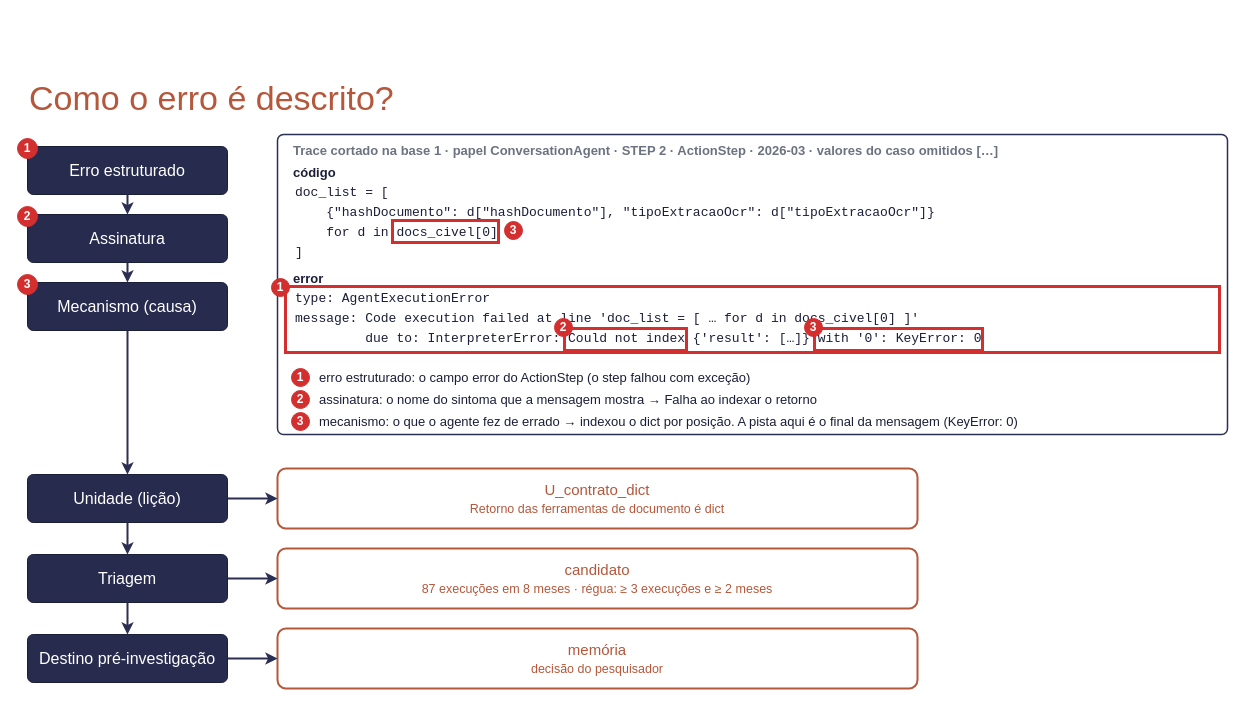
This is docs/sources/draw.io/como_erro_eh_descrito.drawio from rc-ventura/memory_layer_ai_agents, a draw.io file, before an edit. Source tidied: cells renumbered, new cells numbered last; positions are measured from the earlier drawing's top-left corner, leaving out a move shared by most shapes. Both pictures are drawn from the tidied source at 100%, with x=0, y=0 at pixel (17, 72).
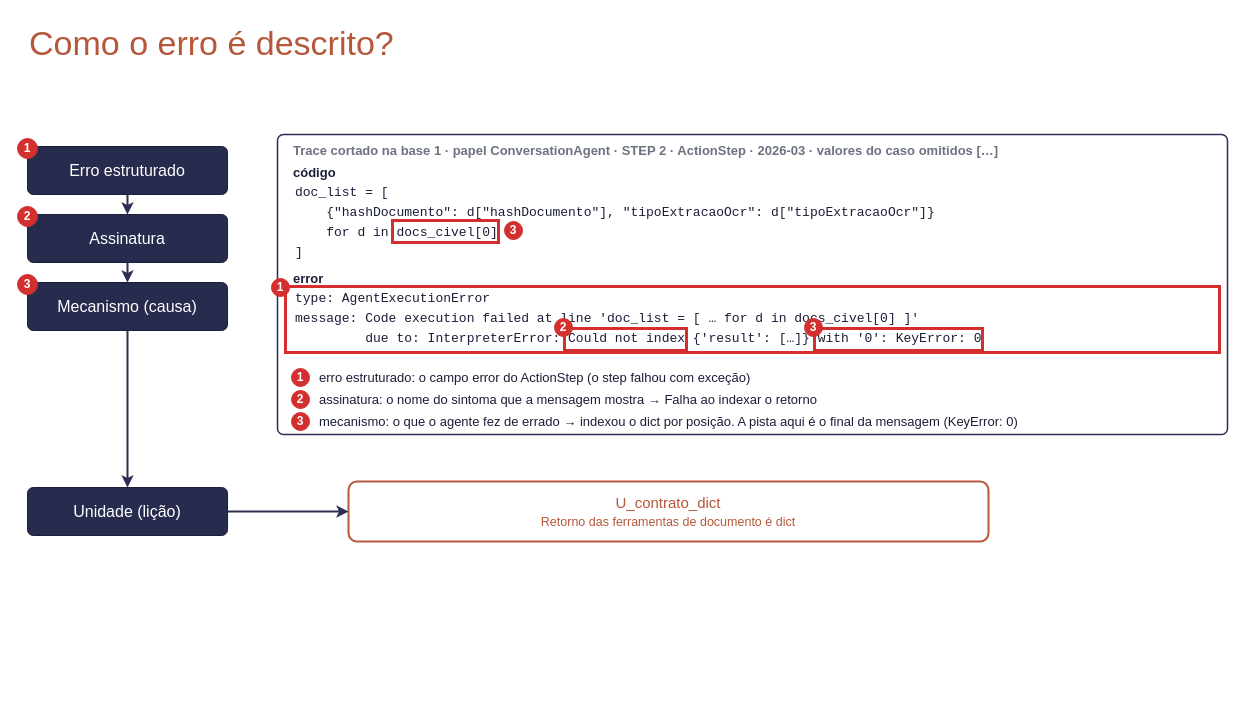
After the change.

Diff of the diagram source:
```diff
@@
     <mxCell id="2" value="Como o erro é descrito?" style="text;html=1;verticalAlign=middle;fontColor=#B5573A;align=left;fontSize=34;" parent="1" vertex="1">
-      <mxGeometry x="10" width="700" height="52" as="geometry" />
+      <mxGeometry x="10" y="-55" width="700" height="52" as="geometry" />
     </mxCell>
@@
     <mxCell id="34" value="Unidade (lição)" style="rounded=1;arcSize=12;whiteSpace=wrap;html=1;fillColor=#272B4D;strokeColor=#1B1E38;fontColor=#FFFFFF;fontSize=16;" parent="1" vertex="1">
-      <mxGeometry x="10" y="402" width="200" height="48" as="geometry" />
+      <mxGeometry x="10" y="415" width="200" height="48" as="geometry" />
     </mxCell>
-    <mxCell id="35" value="Triagem" style="rounded=1;arcSize=12;whiteSpace=wrap;html=1;fillColor=#272B4D;strokeColor=#1B1E38;fontColor=#FFFFFF;fontSize=16;" parent="1" vertex="1">
-      <mxGeometry x="10" y="482" width="200" height="48" as="geometry" />
-    </mxCell>
-    <mxCell id="36" value="Destino pré-investigação" style="rounded=1;arcSize=12;whiteSpace=wrap;html=1;fillColor=#272B4D;strokeColor=#1B1E38;fontColor=#FFFFFF;fontSize=16;" parent="1" vertex="1">
-      <mxGeometry x="10" y="562" width="200" height="48" as="geometry" />
-    </mxCell>
@@
-    <mxCell id="40" style="edgeStyle=orthogonalEdgeStyle;rounded=1;html=1;strokeColor=#2B2F52;strokeWidth=2;" parent="1" edge="1" source="34" target="35">
-      <mxGeometry relative="1" as="geometry" />
-    </mxCell>
-    <mxCell id="41" style="edgeStyle=orthogonalEdgeStyle;rounded=1;html=1;strokeColor=#2B2F52;strokeWidth=2;" parent="1" edge="1" source="35" target="36">
-      <mxGeometry relative="1" as="geometry" />
-    </mxCell>
     <mxCell id="42" value="U_contrato_dict&lt;br&gt;&lt;small&gt;Retorno das ferramentas de documento é dict&lt;/small&gt;" style="rounded=1;arcSize=14;whiteSpace=wrap;html=1;fillColor=#FFFFFF;strokeColor=#B5573A;strokeWidth=2;fontColor=#B5573A;fontSize=15;" parent="1" vertex="1">
-      <mxGeometry x="260" y="396" width="640" height="60" as="geometry" />
+      <mxGeometry x="331" y="409" width="640" height="60" as="geometry" />
     </mxCell>
-    <mxCell id="43" value="candidato&lt;br&gt;&lt;small&gt;87 execuções em 8 meses · régua: ≥ 3 execuções e ≥ 2 meses&lt;/small&gt;" style="rounded=1;arcSize=14;whiteSpace=wrap;html=1;fillColor=#FFFFFF;strokeColor=#B5573A;strokeWidth=2;fontColor=#B5573A;fontSize=15;" parent="1" vertex="1">
-      <mxGeometry x="260" y="476" width="640" height="60" as="geometry" />
-    </mxCell>
-    <mxCell id="44" value="memória&lt;br&gt;&lt;small&gt;decisão do pesquisador&lt;/small&gt;" style="rounded=1;arcSize=14;whiteSpace=wrap;html=1;fillColor=#FFFFFF;strokeColor=#B5573A;strokeWidth=2;fontColor=#B5573A;fontSize=15;" parent="1" vertex="1">
-      <mxGeometry x="260" y="556" width="640" height="60" as="geometry" />
-    </mxCell>
@@
-    <mxCell id="46" style="edgeStyle=orthogonalEdgeStyle;rounded=1;html=1;strokeColor=#2B2F52;strokeWidth=2;exitX=1;exitY=0.5;entryX=0;entryY=0.5;" parent="1" edge="1" source="35" target="43">
-      <mxGeometry relative="1" as="geometry" />
-    </mxCell>
-    <mxCell id="47" style="edgeStyle=orthogonalEdgeStyle;rounded=1;html=1;strokeColor=#2B2F52;strokeWidth=2;exitX=1;exitY=0.5;entryX=0;entryY=0.5;" parent="1" edge="1" source="36" target="44">
-      <mxGeometry relative="1" as="geometry" />
-    </mxCell>
```
